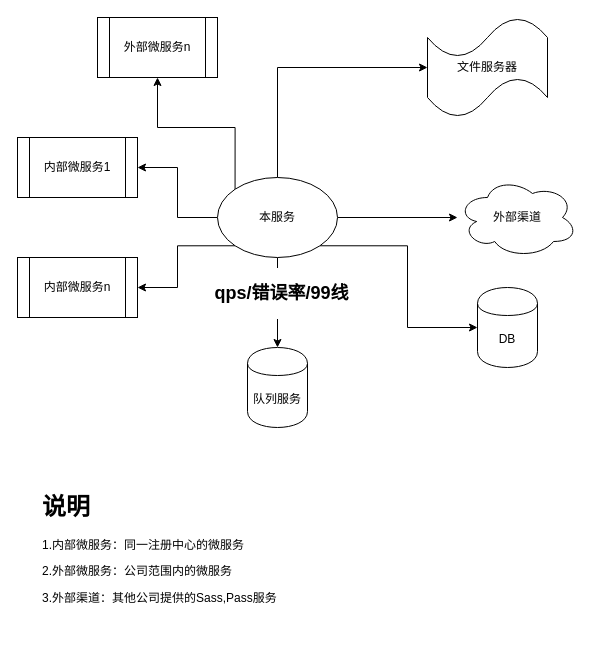
Before: 问题定位方案.drawio in hellojd2018/ms_document, a draw.io diagram. Source tidied: cells renumbered, new cells numbered last; positions are measured from the earlier drawing's top-left corner, leaving out a move shared by most shapes. Both pictures are drawn from the tidied source at 100%, with x=0, y=0 at pixel (17, 17).
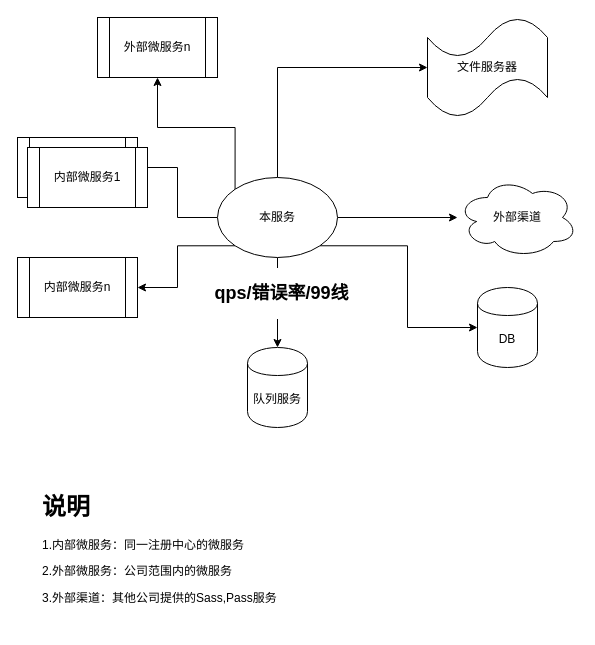
The same diagram, later.

Commit message:
Update 问题定位方案.drawio

What changed in the source:
```diff
@@
 <mxGraphModel>
   <root>
     <mxCell id="0" />
     <mxCell id="1" parent="0" />
     <mxCell id="2" value="外部渠道" style="ellipse;shape=cloud;whiteSpace=wrap;html=1;" parent="1" vertex="1">
       <mxGeometry x="440" y="160" width="120" height="80" as="geometry" />
     </mxCell>
     <mxCell id="3" value="内部微服务1" style="shape=process;whiteSpace=wrap;html=1;backgroundOutline=1;" parent="1" vertex="1">
       <mxGeometry y="120" width="120" height="60" as="geometry" />
     </mxCell>
     <mxCell id="4" value="DB" style="shape=cylinder;whiteSpace=wrap;html=1;boundedLbl=1;backgroundOutline=1;" parent="1" vertex="1">
       <mxGeometry x="460" y="270" width="60" height="80" as="geometry" />
     </mxCell>
     <mxCell id="5" value="文件服务器" style="shape=tape;whiteSpace=wrap;html=1;" parent="1" vertex="1">
       <mxGeometry x="410" width="120" height="100" as="geometry" />
     </mxCell>
     <mxCell id="6" style="edgeStyle=orthogonalEdgeStyle;rounded=0;jettySize=auto;html=1;exitX=1;exitY=0.5;exitDx=0;exitDy=0;" parent="1" edge="1" source="14" target="2">
       <mxGeometry relative="1" as="geometry" />
     </mxCell>
     <mxCell id="7" style="edgeStyle=orthogonalEdgeStyle;rounded=0;jettySize=auto;html=1;exitX=1;exitY=1;exitDx=0;exitDy=0;entryX=0;entryY=0.5;entryDx=0;entryDy=0;" parent="1" edge="1" source="14" target="4">
       <mxGeometry relative="1" as="geometry" />
     </mxCell>
     <mxCell id="8" style="edgeStyle=orthogonalEdgeStyle;rounded=0;jettySize=auto;html=1;exitX=0;exitY=0.5;exitDx=0;exitDy=0;" parent="1" edge="1" source="14" target="3">
       <mxGeometry relative="1" as="geometry" />
     </mxCell>
     <mxCell id="9" style="edgeStyle=orthogonalEdgeStyle;rounded=0;jettySize=auto;html=1;exitX=0;exitY=1;exitDx=0;exitDy=0;entryX=1;entryY=0.5;entryDx=0;entryDy=0;" parent="1" edge="1" source="14" target="15">
       <mxGeometry relative="1" as="geometry" />
     </mxCell>
     <mxCell id="10" style="edgeStyle=orthogonalEdgeStyle;rounded=0;jettySize=auto;html=1;exitX=0.5;exitY=0;exitDx=0;exitDy=0;entryX=0;entryY=0.5;entryDx=0;entryDy=0;entryPerimeter=0;" parent="1" edge="1" source="14" target="5">
       <mxGeometry relative="1" as="geometry" />
     </mxCell>
     <mxCell id="11" style="edgeStyle=orthogonalEdgeStyle;rounded=0;jettySize=auto;html=1;exitX=0.5;exitY=1;exitDx=0;exitDy=0;" parent="1" edge="1" source="14" target="16">
       <mxGeometry relative="1" as="geometry" />
     </mxCell>
     <mxCell id="12" value="&lt;h2&gt;qps/错误率/99线&lt;/h2&gt;" style="text;html=1;align=center;verticalAlign=middle;labelBackgroundColor=#ffffff;" parent="11" vertex="1">
       <mxGeometry x="-0.22" y="3" relative="1" as="geometry" />
     </mxCell>
     <mxCell id="13" style="edgeStyle=orthogonalEdgeStyle;rounded=0;jettySize=auto;html=1;exitX=0;exitY=0;exitDx=0;exitDy=0;" parent="1" edge="1" source="14" target="17">
       <mxGeometry relative="1" as="geometry" />
     </mxCell>
     <mxCell id="14" value="本服务" style="ellipse;whiteSpace=wrap;html=1;" parent="1" vertex="1">
       <mxGeometry x="200" y="160" width="120" height="80" as="geometry" />
     </mxCell>
     <mxCell id="15" value="内部微服务n" style="shape=process;whiteSpace=wrap;html=1;backgroundOutline=1;" parent="1" vertex="1">
       <mxGeometry y="240" width="120" height="60" as="geometry" />
     </mxCell>
     <mxCell id="16" value="队列服务" style="shape=cylinder;whiteSpace=wrap;html=1;boundedLbl=1;backgroundOutline=1;" parent="1" vertex="1">
       <mxGeometry x="230" y="330" width="60" height="80" as="geometry" />
     </mxCell>
     <mxCell id="17" value="外部微服务n" style="shape=process;whiteSpace=wrap;html=1;backgroundOutline=1;" parent="1" vertex="1">
       <mxGeometry x="80" width="120" height="60" as="geometry" />
     </mxCell>
     <mxCell id="18" value="&lt;h1&gt;说明&lt;/h1&gt;&lt;p&gt;1.内部微服务：同一注册中心的微服务&lt;/p&gt;&lt;p&gt;2.外部微服务：公司范围内的微服务&lt;/p&gt;&lt;p&gt;3.外部渠道：其他公司提供的Sass,Pass服务&lt;/p&gt;" style="text;html=1;strokeColor=none;fillColor=none;spacing=5;spacingTop=-20;whiteSpace=wrap;overflow=hidden;rounded=0;" parent="1" vertex="1">
       <mxGeometry x="20" y="470" width="500" height="140" as="geometry" />
     </mxCell>
+    <mxCell id="19" value="内部微服务1" style="shape=process;whiteSpace=wrap;html=1;backgroundOutline=1;" parent="1" vertex="1">
+      <mxGeometry x="10" y="130" width="120" height="60" as="geometry" />
+    </mxCell>
   </root>
 </mxGraphModel>
```
